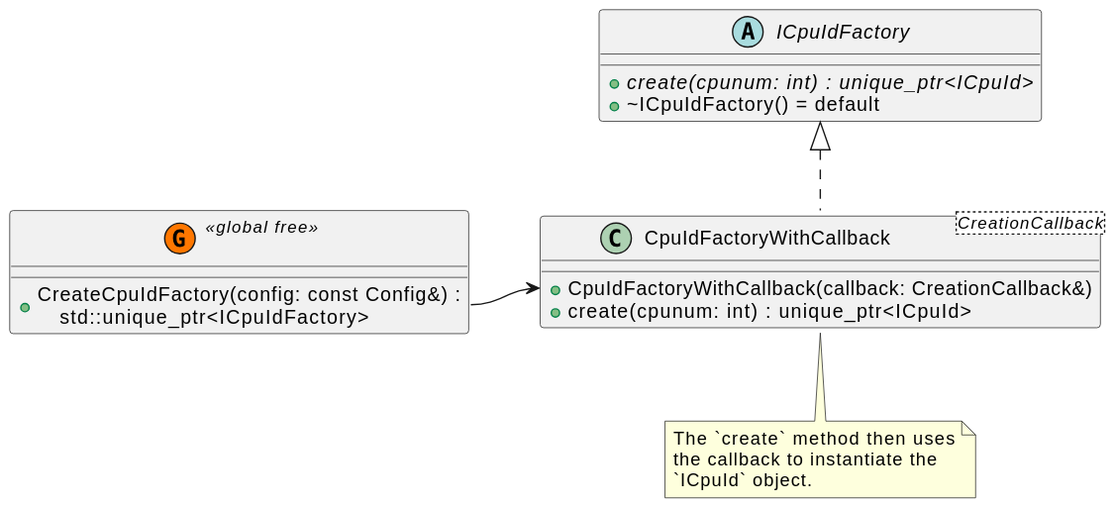
Earlier version of the PlantUML export docs/out/diagrams/cpuid_factory/ICpuIdFactory.svg (jcurl/devc-cpuid).
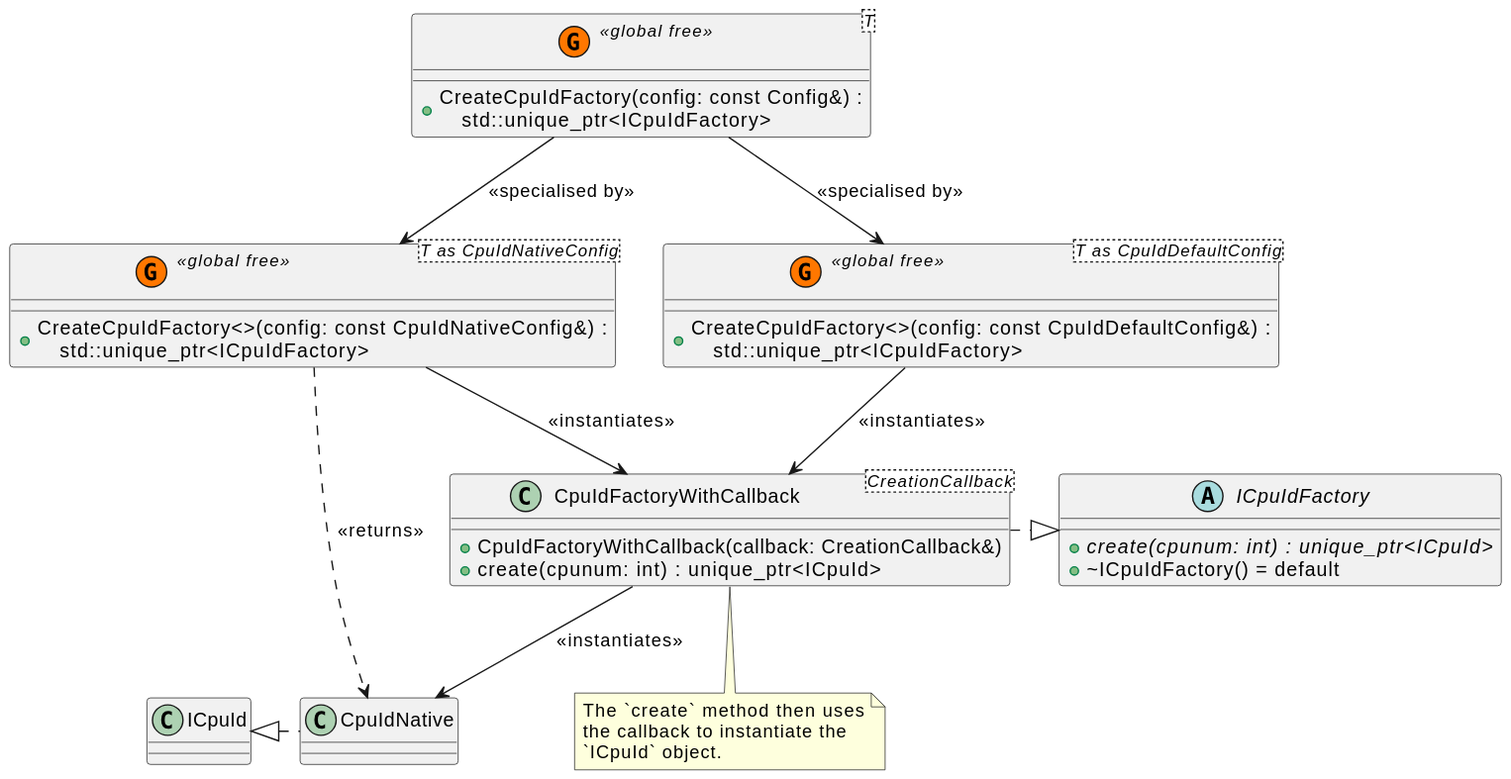
Later version of the same file.

Commit message:
CpuId: Update documentation and UML

The edit, as a diff of the source:
```diff
@@ -1,12 +1,19 @@
-@startuml ICpuIdFactory
-
+@startuml
 abstract class ICpuIdFactory {
     +{abstract} create(cpunum: int) : unique_ptr<ICpuId>
     +~ICpuIdFactory() = default
 }
 
-class " " as Global <<(G,#FF7700) global free>> {
+class " " as Global<T> <<(G,#FF7700) global free>> {
     +CreateCpuIdFactory(config: const Config&) :\n    std::unique_ptr<ICpuIdFactory>
+}
+
+class " " as GlobalDefault<T as CpuIdDefaultConfig> <<(G,#FF7700) global free>> {
+    +CreateCpuIdFactory<>(config: const CpuIdDefaultConfig&) :\n    std::unique_ptr<ICpuIdFactory>
+}
+
+class " " as GlobalNative<T as CpuIdNativeConfig> <<(G,#FF7700) global free>> {
+    +CreateCpuIdFactory<>(config: const CpuIdNativeConfig&) :\n    std::unique_ptr<ICpuIdFactory>
 }
 
 class CpuIdFactoryWithCallback<CreationCallback> {
@@ -19,8 +26,18 @@
     `ICpuId` object.
 end note
 
-ICpuIdFactory <|.d. CpuIdFactoryWithCallback
+class ICpuId { }
 
-Global::CreateCpuIdFactory -r-> CpuIdFactoryWithCallback::CpuIdFactoryWithCallback
+class CpuIdNative { }
 
+CpuIdNative .l.|> ICpuId
+CpuIdFactoryWithCallback .r.|> ICpuIdFactory
+
+Global -d-> GlobalDefault : <<specialised by>>
+Global -d-> GlobalNative : <<specialised by>>
+GlobalDefault -d-> CpuIdFactoryWithCallback : <<instantiates>>
+GlobalNative -d-> CpuIdFactoryWithCallback : <<instantiates>>
+
+GlobalNative .r.> CpuIdNative : <<returns>>
+CpuIdFactoryWithCallback -d-> CpuIdNative : <<instantiates>>
 @enduml
```
